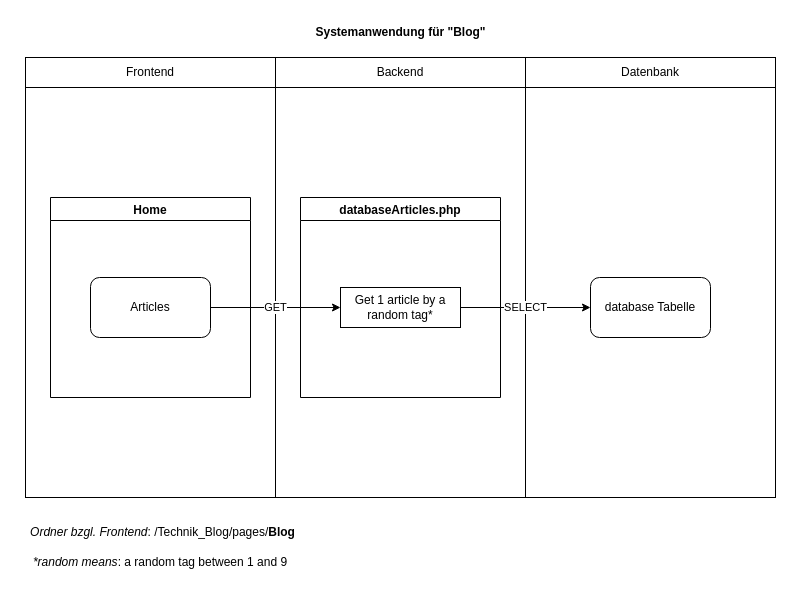
Earlier version of the draw.io diagram Dokumentation/Komponentenbeschreibung/Komponentenbeschriebung_Blog.drawio (CoffeeAddict987/Technik_Blog). Source tidied: cells renumbered, new cells numbered last; positions are measured from the earlier drawing's top-left corner, leaving out a move shared by most shapes. Both pictures are drawn from the tidied source at 100%, with x=0, y=0 at pixel (17, 17).
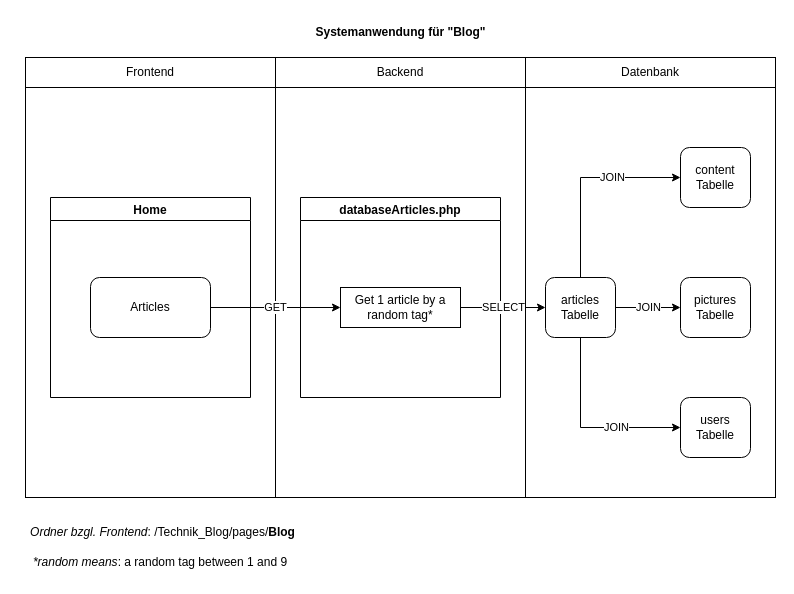
The same page after the edit.

The change refers to these unchanged cells:
```xml
<mxCell id="13" value="Get 1 article by a random tag*" style="rounded=0;whiteSpace=wrap;html=1;" parent="12" vertex="1">
  <mxGeometry x="40" y="90" width="120" height="40" as="geometry" />
</mxCell>
```

The edit, as a diff of the source:
```diff
@@
-    <mxCell id="5" style="rounded=0;whiteSpace=wrap;html=1;" parent="1" vertex="1">
-      <mxGeometry x="508" y="40" width="250" height="440" as="geometry" />
-    </mxCell>
@@
-    <mxCell id="7" value="Datenbank" style="text;html=1;strokeColor=none;fillColor=none;align=center;verticalAlign=middle;whiteSpace=wrap;rounded=0;" parent="1" vertex="1">
-      <mxGeometry x="603" y="40" width="60" height="30" as="geometry" />
-    </mxCell>
@@
-    <mxCell id="9" style="endArrow=none;html=1;rounded=0;" parent="1" edge="1">
-      <mxGeometry relative="1" as="geometry">
-        <mxPoint x="8" y="70" as="sourcePoint" />
-        <mxPoint x="758" y="70" as="targetPoint" />
-      </mxGeometry>
-    </mxCell>
@@
-    <mxCell id="14" value="database Tabelle" style="rounded=1;whiteSpace=wrap;html=1;" parent="1" vertex="1">
-      <mxGeometry x="573" y="260" width="120" height="60" as="geometry" />
-    </mxCell>
@@
+    <mxCell id="5" style="rounded=0;whiteSpace=wrap;html=1;" parent="1" vertex="1">
+      <mxGeometry x="508" y="40" width="250" height="440" as="geometry" />
+    </mxCell>
+    <mxCell id="7" value="Datenbank" style="text;html=1;strokeColor=none;fillColor=none;align=center;verticalAlign=middle;whiteSpace=wrap;rounded=0;" parent="1" vertex="1">
+      <mxGeometry x="603" y="40" width="60" height="30" as="geometry" />
+    </mxCell>
+    <mxCell id="19" value="articles Tabelle" style="rounded=1;whiteSpace=wrap;html=1;" parent="1" vertex="1">
+      <mxGeometry x="528" y="260" width="70" height="60" as="geometry" />
+    </mxCell>
+    <mxCell id="20" value="content Tabelle" style="rounded=1;whiteSpace=wrap;html=1;" parent="1" vertex="1">
+      <mxGeometry x="663" y="130" width="70" height="60" as="geometry" />
+    </mxCell>
+    <mxCell id="21" value="pictures Tabelle" style="rounded=1;whiteSpace=wrap;html=1;" parent="1" vertex="1">
+      <mxGeometry x="663" y="260" width="70" height="60" as="geometry" />
+    </mxCell>
+    <mxCell id="22" value="users Tabelle" style="rounded=1;whiteSpace=wrap;html=1;" parent="1" vertex="1">
+      <mxGeometry x="663" y="380" width="70" height="60" as="geometry" />
+    </mxCell>
+    <mxCell id="23" value="JOIN" style="endArrow=classic;html=1;rounded=0;exitX=1;exitY=0.5;exitDx=0;exitDy=0;entryX=0;entryY=0.5;entryDx=0;entryDy=0;" parent="1" edge="1" source="19" target="21">
+      <mxGeometry relative="1" as="geometry" />
+    </mxCell>
+    <mxCell id="24" style="endArrow=classic;html=1;rounded=0;exitX=0.5;exitY=1;exitDx=0;exitDy=0;entryX=0;entryY=0.5;entryDx=0;entryDy=0;" parent="1" edge="1" source="19" target="22">
+      <mxGeometry relative="1" as="geometry">
+        <Array as="points">
+          <mxPoint x="563" y="410" />
+        </Array>
+      </mxGeometry>
+    </mxCell>
+    <mxCell id="25" value="JOIN" style="edgeLabel;html=1;align=center;verticalAlign=middle;" parent="24" vertex="1">
+      <mxGeometry x="0.3" y="1" relative="1" as="geometry">
+        <mxPoint x="1" as="offset" />
+      </mxGeometry>
+    </mxCell>
+    <mxCell id="26" style="endArrow=classic;html=1;rounded=0;exitX=0.5;exitY=0;exitDx=0;exitDy=0;entryX=0;entryY=0.5;entryDx=0;entryDy=0;" parent="1" edge="1" source="19" target="20">
+      <mxGeometry relative="1" as="geometry">
+        <Array as="points">
+          <mxPoint x="563" y="160" />
+        </Array>
+      </mxGeometry>
+    </mxCell>
+    <mxCell id="27" value="JOIN" style="edgeLabel;html=1;align=center;verticalAlign=middle;" parent="26" vertex="1">
+      <mxGeometry x="0.3" y="1" relative="1" as="geometry">
+        <mxPoint x="1" as="offset" />
+      </mxGeometry>
+    </mxCell>
+    <mxCell id="9" style="endArrow=none;html=1;rounded=0;" parent="1" edge="1">
+      <mxGeometry relative="1" as="geometry">
+        <mxPoint x="8" y="70" as="sourcePoint" />
+        <mxPoint x="758" y="70" as="targetPoint" />
+      </mxGeometry>
+    </mxCell>
-    <mxCell id="18" value="SELECT" style="endArrow=classic;html=1;rounded=0;exitX=1;exitY=0.5;exitDx=0;exitDy=0;" parent="1" edge="1" source="13" target="14">
+    <mxCell id="18" value="SELECT" style="endArrow=classic;html=1;rounded=0;exitX=1;exitY=0.5;exitDx=0;exitDy=0;entryX=0;entryY=0.5;entryDx=0;entryDy=0;" parent="1" edge="1" source="13" target="19">
       <mxGeometry relative="1" as="geometry" />
     </mxCell>
```
